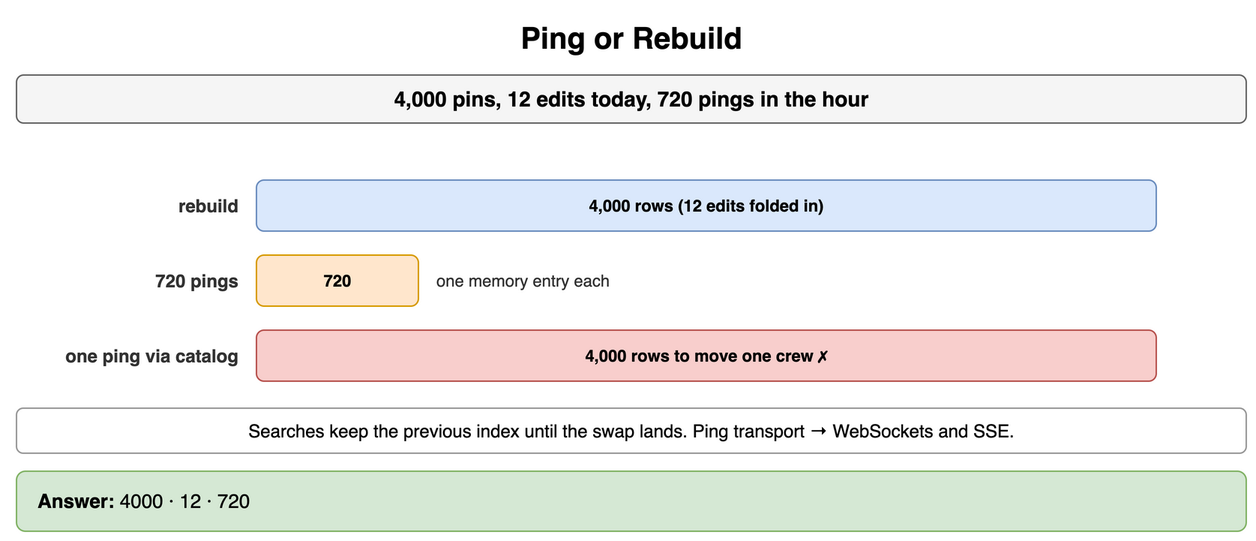
Above: content/09_System_Design_Interview/20_Geospatial_and_Location_Based_Services/diagrams/geospatial-drills-7-ping-or-rebuild.png in amendez13/swe-study-guide (draw.io), before the change. Source tidied: cells renumbered, new cells last; positions are measured from the earlier drawing's top-left corner, leaving out a move shared by most shapes. The source it was exported from:
```xml
<mxGraphModel>
  <root>
    <mxCell id="0" />
    <mxCell id="1" parent="0" />
    <mxCell id="2" value="Ping or Rebuild" style="text;html=1;align=center;verticalAlign=middle;whiteSpace=wrap;fontSize=20;fontStyle=1;" parent="1" vertex="1">
      <mxGeometry width="820" height="30" as="geometry" />
    </mxCell>
    <mxCell id="3" value="4,000 pins, 12 edits today, 720 pings in the hour" style="rounded=1;whiteSpace=wrap;html=1;fillColor=#f5f5f5;strokeColor=#666666;fontStyle=1;fontSize=14;" parent="1" vertex="1">
      <mxGeometry y="40" width="820" height="32" as="geometry" />
    </mxCell>
    <mxCell id="4" value="rebuild" style="text;html=1;whiteSpace=wrap;fontSize=11;align=right;verticalAlign=middle;fontSize=12;fontColor=#333333;fontStyle=1;" parent="1" vertex="1">
      <mxGeometry y="110" width="150" height="34" as="geometry" />
    </mxCell>
    <mxCell id="5" value="4,000 rows (12 edits folded in)" style="rounded=1;whiteSpace=wrap;html=1;fillColor=#dae8fc;strokeColor=#6c8ebf;fontSize=11;align=center;fontStyle=1;" parent="1" vertex="1">
      <mxGeometry x="160" y="110" width="600" height="34" as="geometry" />
    </mxCell>
    <mxCell id="6" value="720 pings" style="text;html=1;whiteSpace=wrap;fontSize=11;align=right;verticalAlign=middle;fontSize=12;fontColor=#333333;fontStyle=1;" parent="1" vertex="1">
      <mxGeometry y="160" width="150" height="34" as="geometry" />
    </mxCell>
    <mxCell id="7" value="720" style="rounded=1;whiteSpace=wrap;html=1;fillColor=#ffe6cc;strokeColor=#d79b00;fontSize=11;align=center;fontStyle=1;" parent="1" vertex="1">
      <mxGeometry x="160" y="160" width="108" height="34" as="geometry" />
    </mxCell>
    <mxCell id="8" value="one memory entry each" style="text;html=1;whiteSpace=wrap;fontSize=11;align=left;verticalAlign=middle;fontSize=11;fontColor=#333333;" parent="1" vertex="1">
      <mxGeometry x="278" y="160" width="300" height="34" as="geometry" />
    </mxCell>
    <mxCell id="9" value="one ping via catalog" style="text;html=1;whiteSpace=wrap;fontSize=11;align=right;verticalAlign=middle;fontSize=12;fontColor=#333333;fontStyle=1;" parent="1" vertex="1">
      <mxGeometry y="210" width="150" height="34" as="geometry" />
    </mxCell>
    <mxCell id="10" value="4,000 rows to move one crew ✗" style="rounded=1;whiteSpace=wrap;html=1;fillColor=#f8cecc;strokeColor=#b85450;fontSize=11;align=center;fontStyle=1;" parent="1" vertex="1">
      <mxGeometry x="160" y="210" width="600" height="34" as="geometry" />
    </mxCell>
    <mxCell id="11" value="Searches keep the previous index until the swap lands. Ping transport → WebSockets and SSE." style="rounded=1;whiteSpace=wrap;html=1;fillColor=#ffffff;strokeColor=#999999;fontSize=12;align=center;" parent="1" vertex="1">
      <mxGeometry y="262" width="820" height="30" as="geometry" />
    </mxCell>
    <mxCell id="12" value="&lt;b&gt;Answer:&lt;/b&gt; 4000 · 12 · 720" style="rounded=1;whiteSpace=wrap;html=1;fillColor=#d5e8d4;strokeColor=#82b366;fontSize=13;align=left;spacingLeft=12;" parent="1" vertex="1">
      <mxGeometry y="304" width="820" height="40" as="geometry" />
    </mxCell>
  </root>
</mxGraphModel>
```
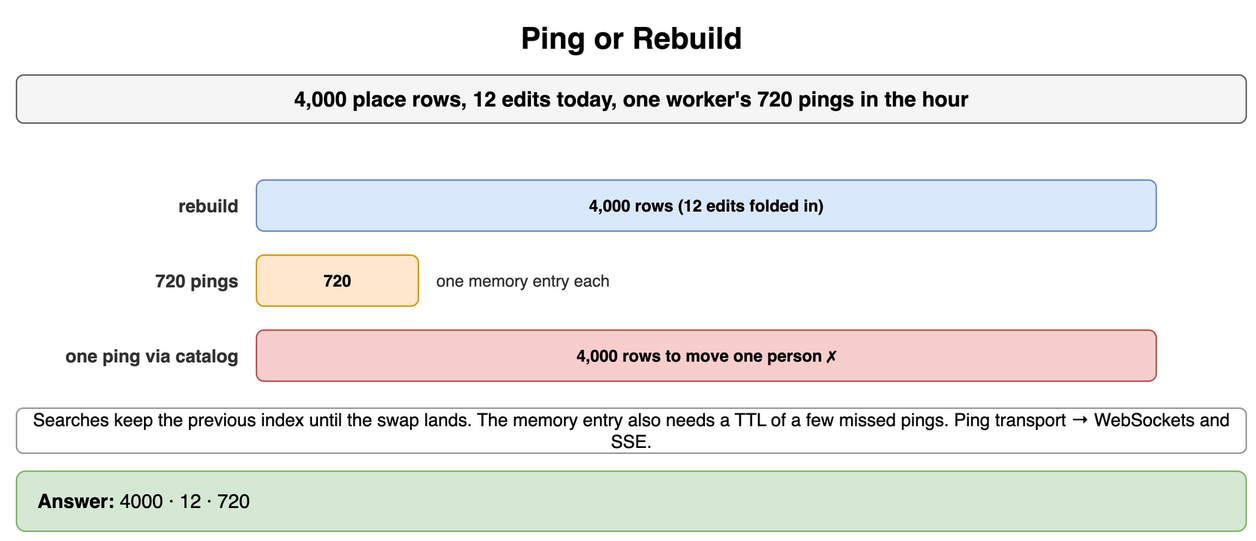
Above is the later version.

Commit message:
docs(sdi): align geospatial diagrams with the plain-language cards

Diff of the diagram source:
```diff
@@ -5,7 +5,7 @@
     <mxCell id="2" value="Ping or Rebuild" style="text;html=1;align=center;verticalAlign=middle;whiteSpace=wrap;fontSize=20;fontStyle=1;" parent="1" vertex="1">
       <mxGeometry width="820" height="30" as="geometry" />
     </mxCell>
-    <mxCell id="3" value="4,000 pins, 12 edits today, 720 pings in the hour" style="rounded=1;whiteSpace=wrap;html=1;fillColor=#f5f5f5;strokeColor=#666666;fontStyle=1;fontSize=14;" parent="1" vertex="1">
+    <mxCell id="3" value="4,000 place rows, 12 edits today, one worker's 720 pings in the hour" style="rounded=1;whiteSpace=wrap;html=1;fillColor=#f5f5f5;strokeColor=#666666;fontStyle=1;fontSize=14;" parent="1" vertex="1">
       <mxGeometry y="40" width="820" height="32" as="geometry" />
     </mxCell>
     <mxCell id="4" value="rebuild" style="text;html=1;whiteSpace=wrap;fontSize=11;align=right;verticalAlign=middle;fontSize=12;fontColor=#333333;fontStyle=1;" parent="1" vertex="1">
@@ -26,10 +26,10 @@
     <mxCell id="9" value="one ping via catalog" style="text;html=1;whiteSpace=wrap;fontSize=11;align=right;verticalAlign=middle;fontSize=12;fontColor=#333333;fontStyle=1;" parent="1" vertex="1">
       <mxGeometry y="210" width="150" height="34" as="geometry" />
     </mxCell>
-    <mxCell id="10" value="4,000 rows to move one crew ✗" style="rounded=1;whiteSpace=wrap;html=1;fillColor=#f8cecc;strokeColor=#b85450;fontSize=11;align=center;fontStyle=1;" parent="1" vertex="1">
+    <mxCell id="10" value="4,000 rows to move one person ✗" style="rounded=1;whiteSpace=wrap;html=1;fillColor=#f8cecc;strokeColor=#b85450;fontSize=11;align=center;fontStyle=1;" parent="1" vertex="1">
       <mxGeometry x="160" y="210" width="600" height="34" as="geometry" />
     </mxCell>
-    <mxCell id="11" value="Searches keep the previous index until the swap lands. Ping transport → WebSockets and SSE." style="rounded=1;whiteSpace=wrap;html=1;fillColor=#ffffff;strokeColor=#999999;fontSize=12;align=center;" parent="1" vertex="1">
+    <mxCell id="11" value="Searches keep the previous index until the swap lands. The memory entry also needs a TTL of a few missed pings. Ping transport → WebSockets and SSE." style="rounded=1;whiteSpace=wrap;html=1;fillColor=#ffffff;strokeColor=#999999;fontSize=12;align=center;" parent="1" vertex="1">
       <mxGeometry y="262" width="820" height="30" as="geometry" />
     </mxCell>
     <mxCell id="12" value="&lt;b&gt;Answer:&lt;/b&gt; 4000 · 12 · 720" style="rounded=1;whiteSpace=wrap;html=1;fillColor=#d5e8d4;strokeColor=#82b366;fontSize=13;align=left;spacingLeft=12;" parent="1" vertex="1">
```
